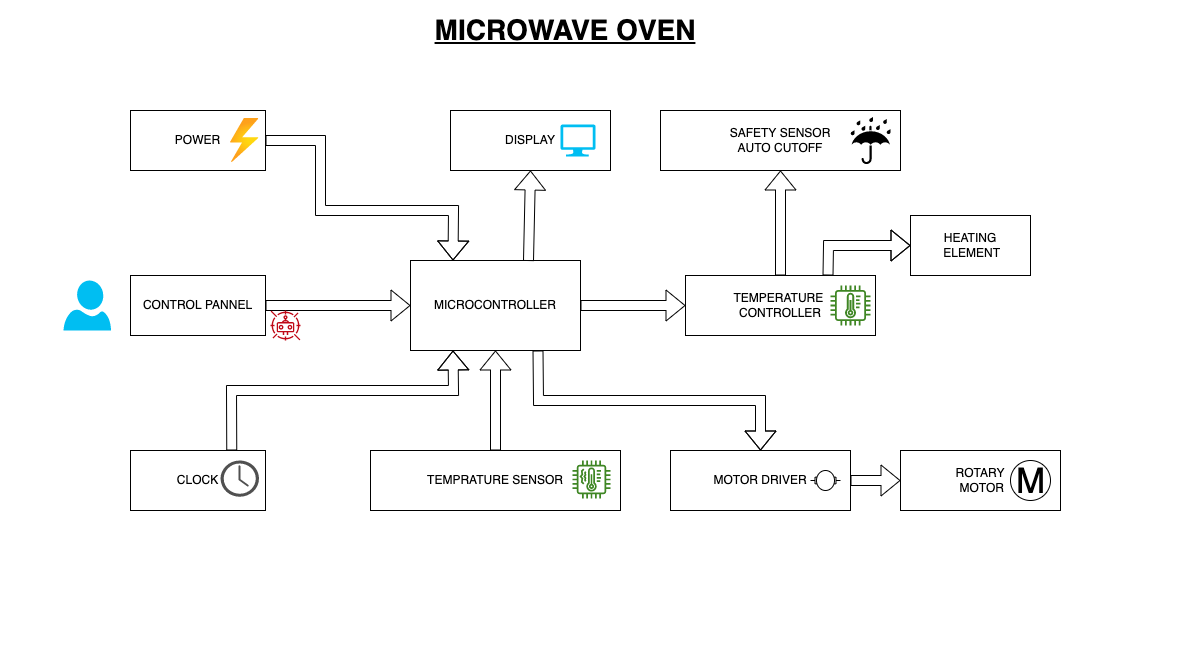
This is CaseStudy/OVEN.png from vinayvanka/M2_Automatic_Water_Filling_System, a draw.io export, as it was before one commit. Source tidied: cells renumbered, new cells last; positions are measured from the earlier drawing's top-left corner, leaving out a move shared by most shapes.
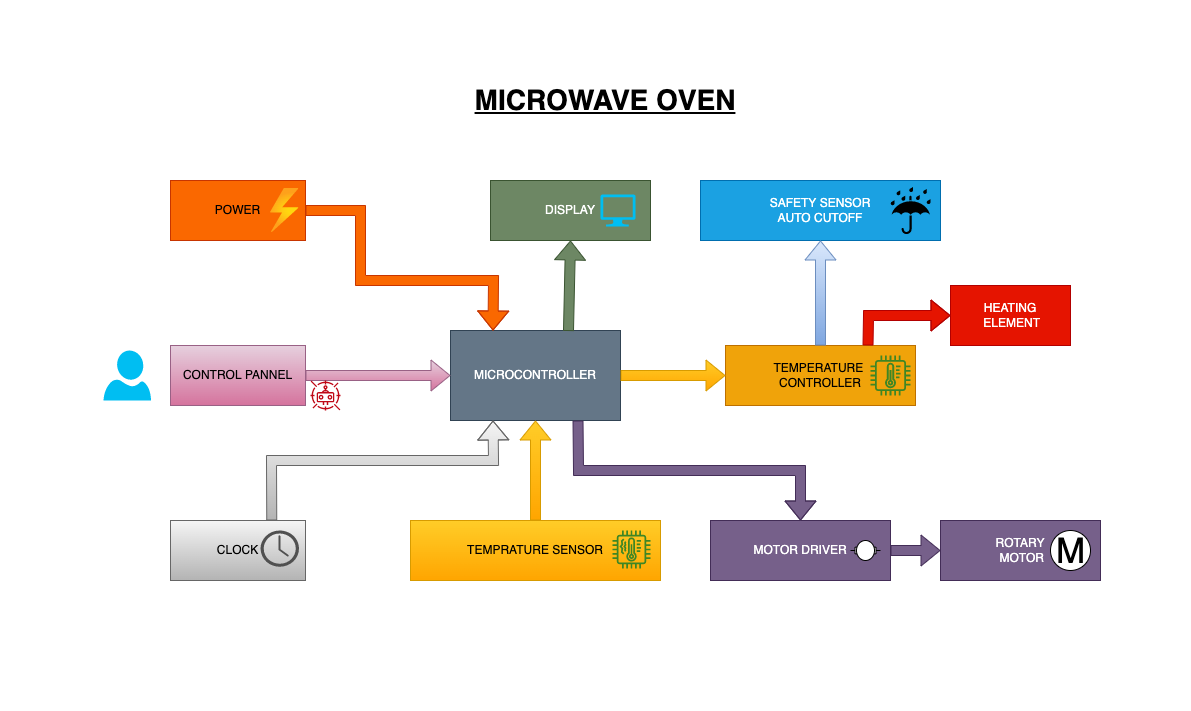
After the commit.

The edit, as a diff of the source:
```diff
@@ -2,40 +2,40 @@
   <root>
     <mxCell id="0" />
     <mxCell id="1" parent="0" />
-    <mxCell id="2" value="MICROCONTROLLER" style="rounded=0;whiteSpace=wrap;html=1;" parent="1" vertex="1">
+    <mxCell id="2" value="MICROCONTROLLER" style="rounded=0;whiteSpace=wrap;html=1;fillColor=#647687;fontColor=#ffffff;strokeColor=#314354;" parent="1" vertex="1">
       <mxGeometry x="410" y="260" width="170" height="90" as="geometry" />
     </mxCell>
-    <mxCell id="3" value="DISPLAY" style="whiteSpace=wrap;html=1;rounded=0;" parent="1" vertex="1">
+    <mxCell id="3" value="DISPLAY" style="whiteSpace=wrap;html=1;rounded=0;fillColor=#6d8764;fontColor=#ffffff;strokeColor=#3A5431;" parent="1" vertex="1">
       <mxGeometry x="450" y="110" width="160" height="60" as="geometry" />
     </mxCell>
-    <mxCell id="4" value="CONTROL PANNEL" style="rounded=0;whiteSpace=wrap;html=1;" parent="1" vertex="1">
+    <mxCell id="4" value="CONTROL PANNEL" style="rounded=0;whiteSpace=wrap;html=1;fillColor=#e6d0de;gradientColor=#d5739d;strokeColor=#996185;" parent="1" vertex="1">
       <mxGeometry x="130" y="275" width="135" height="60" as="geometry" />
     </mxCell>
-    <mxCell id="5" value="CLOCK" style="rounded=0;whiteSpace=wrap;html=1;" parent="1" vertex="1">
+    <mxCell id="5" value="CLOCK" style="rounded=0;whiteSpace=wrap;html=1;fillColor=#f5f5f5;gradientColor=#b3b3b3;strokeColor=#666666;" parent="1" vertex="1">
       <mxGeometry x="130" y="450" width="135" height="60" as="geometry" />
     </mxCell>
-    <mxCell id="6" value="POWER" style="rounded=0;whiteSpace=wrap;html=1;" parent="1" vertex="1">
+    <mxCell id="6" value="POWER" style="rounded=0;whiteSpace=wrap;html=1;fillColor=#fa6800;strokeColor=#C73500;fontColor=#000000;" parent="1" vertex="1">
       <mxGeometry x="130" y="110" width="135" height="60" as="geometry" />
     </mxCell>
-    <mxCell id="7" value="TEMPRATURE SENSOR" style="rounded=0;whiteSpace=wrap;html=1;" parent="1" vertex="1">
+    <mxCell id="7" value="TEMPRATURE SENSOR" style="rounded=0;whiteSpace=wrap;html=1;fillColor=#ffcd28;gradientColor=#ffa500;strokeColor=#d79b00;" parent="1" vertex="1">
       <mxGeometry x="370" y="450" width="250" height="60" as="geometry" />
     </mxCell>
-    <mxCell id="8" value="HEATING&lt;br&gt;&amp;nbsp;ELEMENT" style="rounded=0;whiteSpace=wrap;html=1;" parent="1" vertex="1">
+    <mxCell id="8" value="HEATING&lt;br&gt;&amp;nbsp;ELEMENT" style="rounded=0;whiteSpace=wrap;html=1;fillColor=#e51400;fontColor=#ffffff;strokeColor=#B20000;" parent="1" vertex="1">
       <mxGeometry x="910" y="215" width="120" height="60" as="geometry" />
     </mxCell>
-    <mxCell id="9" value="ROTARY&lt;br&gt;&amp;nbsp;MOTOR" style="rounded=0;whiteSpace=wrap;html=1;" parent="1" vertex="1">
+    <mxCell id="9" value="ROTARY&lt;br&gt;&amp;nbsp;MOTOR" style="rounded=0;whiteSpace=wrap;html=1;fillColor=#76608a;fontColor=#ffffff;strokeColor=#432D57;" parent="1" vertex="1">
       <mxGeometry x="900" y="450" width="160" height="60" as="geometry" />
     </mxCell>
-    <mxCell id="10" value="MOTOR DRIVER" style="rounded=0;whiteSpace=wrap;html=1;" parent="1" vertex="1">
+    <mxCell id="10" value="MOTOR DRIVER" style="rounded=0;whiteSpace=wrap;html=1;fillColor=#76608a;fontColor=#ffffff;strokeColor=#432D57;" parent="1" vertex="1">
       <mxGeometry x="670" y="450" width="180" height="60" as="geometry" />
     </mxCell>
-    <mxCell id="11" value="TEMPERATURE&amp;nbsp;&lt;br&gt;CONTROLLER" style="rounded=0;whiteSpace=wrap;html=1;" parent="1" vertex="1">
+    <mxCell id="11" value="TEMPERATURE&amp;nbsp;&lt;br&gt;CONTROLLER" style="rounded=0;whiteSpace=wrap;html=1;fillColor=#f0a30a;fontColor=#000000;strokeColor=#BD7000;" parent="1" vertex="1">
       <mxGeometry x="685" y="275" width="190" height="60" as="geometry" />
     </mxCell>
-    <mxCell id="12" value="SAFETY SENSOR&lt;br&gt;AUTO CUTOFF" style="rounded=0;whiteSpace=wrap;html=1;" parent="1" vertex="1">
+    <mxCell id="12" value="SAFETY SENSOR&lt;br&gt;AUTO CUTOFF" style="rounded=0;whiteSpace=wrap;html=1;fillColor=#1ba1e2;fontColor=#ffffff;strokeColor=#006EAF;" parent="1" vertex="1">
       <mxGeometry x="660" y="110" width="240" height="60" as="geometry" />
     </mxCell>
-    <mxCell id="13" style="shape=flexArrow;endArrow=classic;html=1;rounded=0;entryX=0.25;entryY=0;entryDx=0;entryDy=0;exitX=1;exitY=0.5;exitDx=0;exitDy=0;" parent="1" edge="1" source="6" target="2">
+    <mxCell id="13" style="shape=flexArrow;endArrow=classic;html=1;rounded=0;entryX=0.25;entryY=0;entryDx=0;entryDy=0;exitX=1;exitY=0.5;exitDx=0;exitDy=0;fillColor=#fa6800;strokeColor=#C73500;" parent="1" edge="1" source="6" target="2">
       <mxGeometry relative="1" as="geometry">
         <Array as="points">
           <mxPoint x="320" y="140" />
@@ -44,13 +44,13 @@
         </Array>
       </mxGeometry>
     </mxCell>
-    <mxCell id="14" style="shape=flexArrow;endArrow=classic;html=1;rounded=0;entryX=0.5;entryY=1;entryDx=0;entryDy=0;exitX=0.694;exitY=0.006;exitDx=0;exitDy=0;exitPerimeter=0;" parent="1" edge="1" source="2" target="3">
+    <mxCell id="14" style="shape=flexArrow;endArrow=classic;html=1;rounded=0;entryX=0.5;entryY=1;entryDx=0;entryDy=0;exitX=0.694;exitY=0.006;exitDx=0;exitDy=0;exitPerimeter=0;fillColor=#6d8764;strokeColor=#3A5431;" parent="1" edge="1" source="2" target="3">
       <mxGeometry relative="1" as="geometry" />
     </mxCell>
-    <mxCell id="15" style="shape=flexArrow;endArrow=classic;html=1;rounded=0;exitX=1;exitY=0.5;exitDx=0;exitDy=0;" parent="1" edge="1" source="4" target="2">
+    <mxCell id="15" style="shape=flexArrow;endArrow=classic;html=1;rounded=0;exitX=1;exitY=0.5;exitDx=0;exitDy=0;fillColor=#e6d0de;gradientColor=#d5739d;strokeColor=#996185;" parent="1" edge="1" source="4" target="2">
       <mxGeometry relative="1" as="geometry" />
     </mxCell>
-    <mxCell id="16" style="shape=flexArrow;endArrow=classic;html=1;rounded=0;exitX=0.75;exitY=0;exitDx=0;exitDy=0;entryX=0.25;entryY=1;entryDx=0;entryDy=0;" parent="1" edge="1" source="5" target="2">
+    <mxCell id="16" style="shape=flexArrow;endArrow=classic;html=1;rounded=0;exitX=0.75;exitY=0;exitDx=0;exitDy=0;entryX=0.25;entryY=1;entryDx=0;entryDy=0;fillColor=#f5f5f5;gradientColor=#b3b3b3;strokeColor=#666666;" parent="1" edge="1" source="5" target="2">
       <mxGeometry relative="1" as="geometry">
         <Array as="points">
           <mxPoint x="231" y="390" />
@@ -58,19 +58,19 @@
         </Array>
       </mxGeometry>
     </mxCell>
-    <mxCell id="17" style="shape=flexArrow;endArrow=classic;html=1;rounded=0;entryX=0.5;entryY=1;entryDx=0;entryDy=0;exitX=0.5;exitY=0;exitDx=0;exitDy=0;" parent="1" edge="1" source="7" target="2">
+    <mxCell id="17" style="shape=flexArrow;endArrow=classic;html=1;rounded=0;entryX=0.5;entryY=1;entryDx=0;entryDy=0;exitX=0.5;exitY=0;exitDx=0;exitDy=0;fillColor=#ffcd28;gradientColor=#ffa500;strokeColor=#d79b00;" parent="1" edge="1" source="7" target="2">
       <mxGeometry relative="1" as="geometry" />
     </mxCell>
-    <mxCell id="18" style="shape=flexArrow;endArrow=classic;html=1;rounded=0;exitX=1;exitY=0.5;exitDx=0;exitDy=0;entryX=0;entryY=0.5;entryDx=0;entryDy=0;" parent="1" edge="1" source="2" target="11">
+    <mxCell id="18" style="shape=flexArrow;endArrow=classic;html=1;rounded=0;exitX=1;exitY=0.5;exitDx=0;exitDy=0;entryX=0;entryY=0.5;entryDx=0;entryDy=0;fillColor=#ffcd28;gradientColor=#ffa500;strokeColor=#d79b00;" parent="1" edge="1" source="2" target="11">
       <mxGeometry relative="1" as="geometry" />
     </mxCell>
-    <mxCell id="19" style="shape=flexArrow;endArrow=classic;html=1;rounded=0;exitX=0.5;exitY=0;exitDx=0;exitDy=0;entryX=0.5;entryY=1;entryDx=0;entryDy=0;" parent="1" edge="1" source="11" target="12">
+    <mxCell id="19" style="shape=flexArrow;endArrow=classic;html=1;rounded=0;exitX=0.5;exitY=0;exitDx=0;exitDy=0;entryX=0.5;entryY=1;entryDx=0;entryDy=0;fillColor=#dae8fc;gradientColor=#7ea6e0;strokeColor=#6c8ebf;" parent="1" edge="1" source="11" target="12">
       <mxGeometry relative="1" as="geometry" />
     </mxCell>
-    <mxCell id="20" style="shape=flexArrow;endArrow=classic;html=1;rounded=0;entryX=0;entryY=0.5;entryDx=0;entryDy=0;exitX=1;exitY=0.5;exitDx=0;exitDy=0;" parent="1" edge="1" source="10" target="9">
+    <mxCell id="20" style="shape=flexArrow;endArrow=classic;html=1;rounded=0;entryX=0;entryY=0.5;entryDx=0;entryDy=0;exitX=1;exitY=0.5;exitDx=0;exitDy=0;fillColor=#76608a;strokeColor=#432D57;" parent="1" edge="1" source="10" target="9">
       <mxGeometry relative="1" as="geometry" />
     </mxCell>
-    <mxCell id="21" style="shape=flexArrow;endArrow=classic;html=1;rounded=0;exitX=0.75;exitY=1;exitDx=0;exitDy=0;entryX=0.5;entryY=0;entryDx=0;entryDy=0;" parent="1" edge="1" source="2" target="10">
+    <mxCell id="21" style="shape=flexArrow;endArrow=classic;html=1;rounded=0;exitX=0.75;exitY=1;exitDx=0;exitDy=0;entryX=0.5;entryY=0;entryDx=0;entryDy=0;fillColor=#76608a;strokeColor=#432D57;" parent="1" edge="1" source="2" target="10">
       <mxGeometry relative="1" as="geometry">
         <Array as="points">
           <mxPoint x="538" y="400" />
@@ -78,7 +78,7 @@
         </Array>
       </mxGeometry>
     </mxCell>
-    <mxCell id="22" style="shape=flexArrow;endArrow=classic;html=1;rounded=0;entryX=0;entryY=0.5;entryDx=0;entryDy=0;exitX=0.75;exitY=0;exitDx=0;exitDy=0;" parent="1" edge="1" source="11" target="8">
+    <mxCell id="22" style="shape=flexArrow;endArrow=classic;html=1;rounded=0;entryX=0;entryY=0.5;entryDx=0;entryDy=0;exitX=0.75;exitY=0;exitDx=0;exitDy=0;fillColor=#e51400;strokeColor=#B20000;" parent="1" edge="1" source="11" target="8">
       <mxGeometry relative="1" as="geometry">
         <Array as="points">
           <mxPoint x="828" y="245" />
@@ -115,11 +115,11 @@
     <mxCell id="32" style="sketch=0;fontColor=#232F3E;gradientColor=none;fillColor=#BF0816;strokeColor=none;dashed=0;verticalLabelPosition=bottom;verticalAlign=top;align=center;html=1;fontSize=12;fontStyle=0;shape=mxgraph.aws4.waf_bot_control;" parent="1" vertex="1">
       <mxGeometry x="270" y="310" width="30" height="30" as="geometry" />
     </mxCell>
-    <mxCell id="33" style="rounded=0;whiteSpace=wrap;html=1;opacity=0;" parent="1" vertex="1">
-      <mxGeometry width="1200" height="660" as="geometry" />
-    </mxCell>
     <mxCell id="34" value="&lt;b&gt;&lt;font style=&quot;font-size: 28px&quot;&gt;MICROWAVE OVEN&lt;/font&gt;&lt;/b&gt;" style="rounded=0;whiteSpace=wrap;html=1;opacity=0;fontStyle=4;" parent="1" vertex="1">
       <mxGeometry x="270" width="590" height="60" as="geometry" />
     </mxCell>
+    <mxCell id="35" style="rounded=0;whiteSpace=wrap;html=1;opacity=0;fillColor=#dae8fc;gradientColor=#7ea6e0;strokeColor=#6c8ebf;" parent="1" vertex="1">
+      <mxGeometry x="-40" y="-70" width="1190" height="710" as="geometry" />
+    </mxCell>
   </root>
 </mxGraphModel>
```
